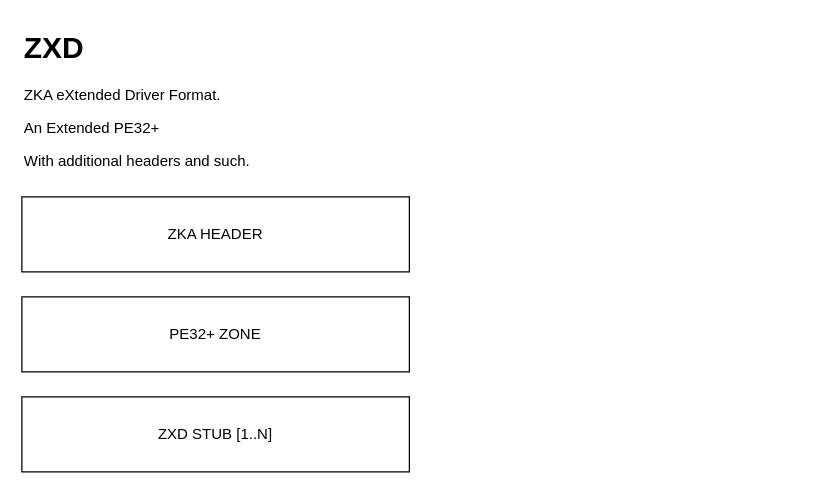
Above: doc/ZXD.drawio in nekernel-org/nekernel (draw.io), before the change. Source tidied: cells renumbered, new cells numbered last; positions are measured from the earlier drawing's top-left corner, leaving out a move shared by most shapes. Both pictures are drawn from the tidied source at 125%, with x=0, y=0 at pixel (21, 21).
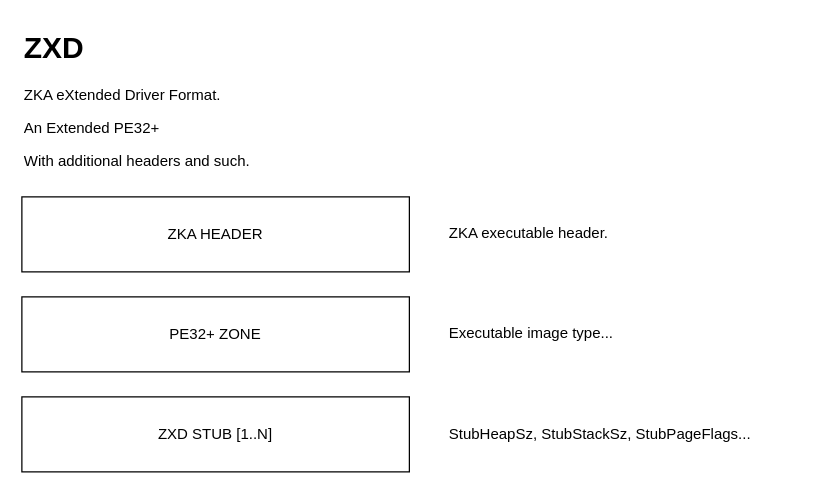
Above is the later version.

Commit message:
Replace Draw IO file for ZXD.

Change to the diagram source:
```diff
@@
 <mxGraphModel>
   <root>
     <mxCell id="0" />
     <mxCell id="1" parent="0" />
     <mxCell id="2" value="&lt;h1 style=&quot;margin-top: 0px;&quot;&gt;ZXD&lt;/h1&gt;&lt;p&gt;ZKA eXtended Driver Format.&lt;/p&gt;&lt;p&gt;An Extended PE32+&lt;/p&gt;&lt;p&gt;With additional headers and such.&lt;/p&gt;" style="text;html=1;whiteSpace=wrap;overflow=hidden;rounded=0;" parent="1" vertex="1">
       <mxGeometry width="210" height="130" as="geometry" />
     </mxCell>
     <mxCell id="3" value="ZKA HEADER" style="rounded=0;whiteSpace=wrap;html=1;" parent="1" vertex="1">
       <mxGeometry y="140" width="310" height="60" as="geometry" />
     </mxCell>
     <mxCell id="4" value="PE32+ ZONE" style="rounded=0;whiteSpace=wrap;html=1;" parent="1" vertex="1">
       <mxGeometry y="220" width="310" height="60" as="geometry" />
     </mxCell>
     <mxCell id="5" value="ZXD STUB [1..N]" style="rounded=0;whiteSpace=wrap;html=1;" parent="1" vertex="1">
       <mxGeometry y="300" width="310" height="60" as="geometry" />
     </mxCell>
+    <mxCell id="6" value="StubHeapSz, StubStackSz, StubPageFlags..." style="text;html=1;align=left;verticalAlign=middle;whiteSpace=wrap;rounded=0;" parent="1" vertex="1">
+      <mxGeometry x="340" y="315" width="290" height="30" as="geometry" />
+    </mxCell>
+    <mxCell id="7" value="Executable image type..." style="text;html=1;align=left;verticalAlign=middle;whiteSpace=wrap;rounded=0;" parent="1" vertex="1">
+      <mxGeometry x="340" y="234" width="290" height="30" as="geometry" />
+    </mxCell>
+    <mxCell id="8" value="ZKA executable header." style="text;html=1;align=left;verticalAlign=middle;whiteSpace=wrap;rounded=0;" parent="1" vertex="1">
+      <mxGeometry x="340" y="154" width="290" height="30" as="geometry" />
+    </mxCell>
   </root>
 </mxGraphModel>
```
